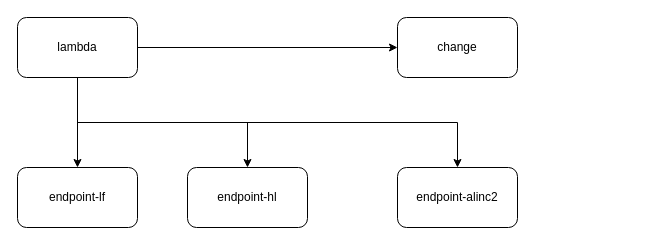
carlonelong/pics keeps this draw.io diagram as sync-cross-region1.drawio. Above is the earlier version. Source tidied: cells renumbered, new cells numbered last; positions are measured from the earlier drawing's top-left corner, leaving out a move shared by most shapes. Both pictures are drawn from the tidied source at 100%, with x=0, y=0 at pixel (17, 17).
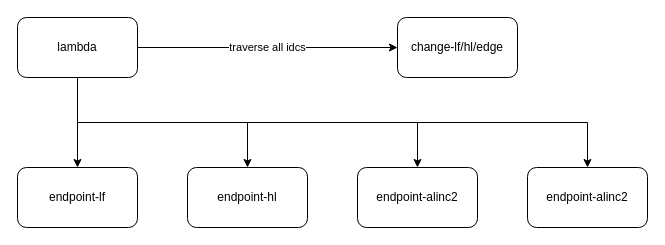
After the change.

Diff of the diagram source:
```diff
@@
 <mxGraphModel>
   <root>
     <mxCell id="0" />
     <mxCell id="1" parent="0" />
     <mxCell id="2" style="edgeStyle=orthogonalEdgeStyle;rounded=0;jettySize=auto;html=1;entryX=0.5;entryY=0;entryDx=0;entryDy=0;" parent="1" edge="1" source="6" target="7">
       <mxGeometry relative="1" as="geometry" />
     </mxCell>
-    <mxCell id="3" style="edgeStyle=orthogonalEdgeStyle;rounded=0;jettySize=auto;html=1;exitX=1;exitY=0.5;exitDx=0;exitDy=0;entryX=0;entryY=0.5;entryDx=0;entryDy=0;" parent="1" edge="1" source="6" target="10">
+    <mxCell id="3" value="traverse all idcs" style="edgeStyle=orthogonalEdgeStyle;rounded=0;jettySize=auto;html=1;exitX=1;exitY=0.5;exitDx=0;exitDy=0;entryX=0;entryY=0.5;entryDx=0;entryDy=0;" parent="1" edge="1" source="6" target="10">
       <mxGeometry relative="1" as="geometry" />
     </mxCell>
     <mxCell id="4" style="edgeStyle=orthogonalEdgeStyle;rounded=0;jettySize=auto;html=1;exitX=0.5;exitY=1;exitDx=0;exitDy=0;" parent="1" edge="1" source="6" target="8">
       <mxGeometry relative="1" as="geometry" />
     </mxCell>
     <mxCell id="5" style="edgeStyle=orthogonalEdgeStyle;rounded=0;jettySize=auto;html=1;exitX=0.5;exitY=1;exitDx=0;exitDy=0;entryX=0.5;entryY=0;entryDx=0;entryDy=0;" parent="1" edge="1" source="6" target="9">
       <mxGeometry relative="1" as="geometry" />
     </mxCell>
+    <mxCell id="11" style="edgeStyle=orthogonalEdgeStyle;rounded=0;jettySize=auto;html=1;exitX=0.5;exitY=1;exitDx=0;exitDy=0;entryX=0.5;entryY=0;entryDx=0;entryDy=0;" parent="1" edge="1" source="6" target="12">
+      <mxGeometry relative="1" as="geometry" />
+    </mxCell>
     <mxCell id="6" value="lambda" style="rounded=1;whiteSpace=wrap;html=1;" parent="1" vertex="1">
       <mxGeometry width="120" height="60" as="geometry" />
     </mxCell>
     <mxCell id="7" value="endpoint-lf" style="rounded=1;whiteSpace=wrap;html=1;" parent="1" vertex="1">
       <mxGeometry y="150" width="120" height="60" as="geometry" />
     </mxCell>
     <mxCell id="8" value="endpoint-hl" style="rounded=1;whiteSpace=wrap;html=1;" parent="1" vertex="1">
       <mxGeometry x="170" y="150" width="120" height="60" as="geometry" />
     </mxCell>
     <mxCell id="9" value="endpoint-alinc2" style="rounded=1;whiteSpace=wrap;html=1;" parent="1" vertex="1">
-      <mxGeometry x="380" y="150" width="120" height="60" as="geometry" />
+      <mxGeometry x="340" y="150" width="120" height="60" as="geometry" />
     </mxCell>
-    <mxCell id="10" value="change" style="rounded=1;whiteSpace=wrap;html=1;" parent="1" vertex="1">
+    <mxCell id="10" value="change-lf/hl/edge" style="rounded=1;whiteSpace=wrap;html=1;" parent="1" vertex="1">
       <mxGeometry x="380" width="120" height="60" as="geometry" />
     </mxCell>
+    <mxCell id="12" value="endpoint-alinc2" style="rounded=1;whiteSpace=wrap;html=1;" parent="1" vertex="1">
+      <mxGeometry x="510" y="150" width="120" height="60" as="geometry" />
+    </mxCell>
   </root>
 </mxGraphModel>
```
